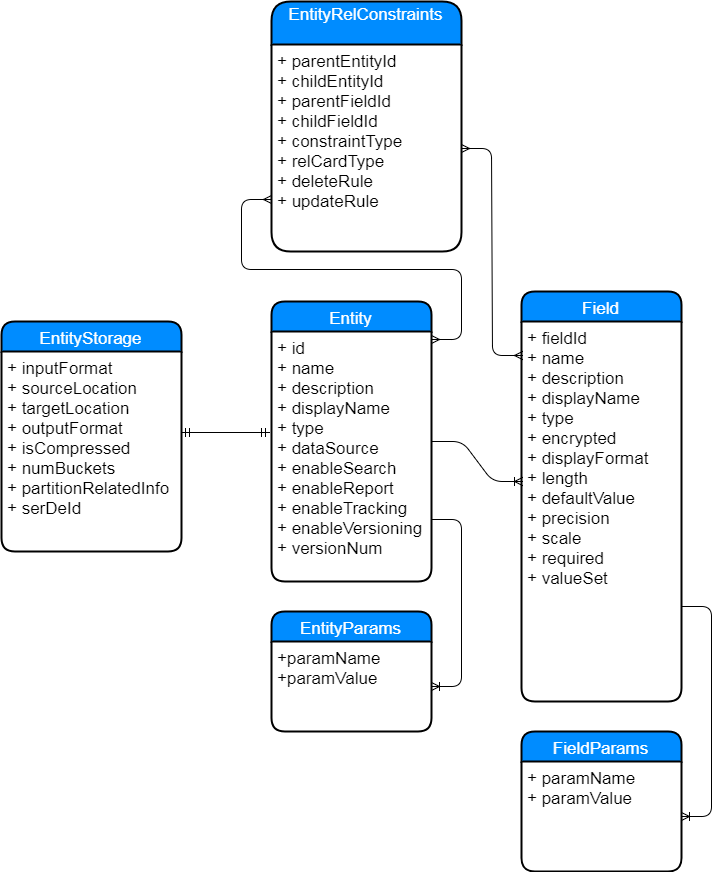
This is entity.png from sandhyaagarwal/diagrams, a draw.io export, as it was before one commit. Source tidied: cells renumbered, new cells last; positions are measured from the earlier drawing's top-left corner, leaving out a move shared by most shapes.
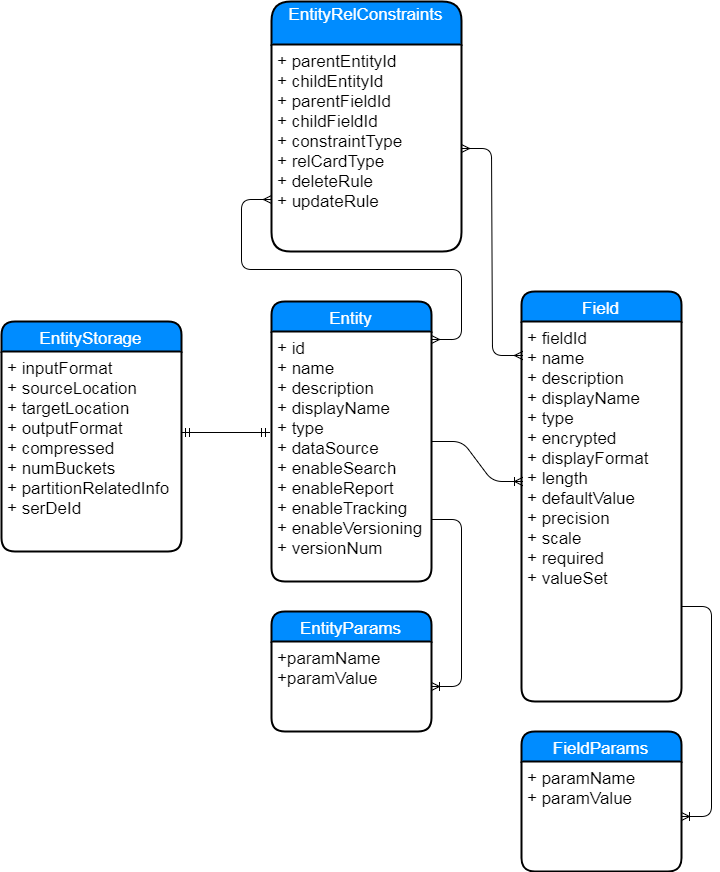
The same file after the commit.

Diff of the diagram source:
```diff
@@ -43,7 +43,7 @@
     <mxCell id="14" value="EntityStorage" style="swimlane;horizontal=1;startSize=30;fillColor=#008cff;fontColor=#FFFFFF;rounded=1;fontSize=17;fontStyle=0;strokeWidth=2;shadow=0;dashed=0;align=center;" parent="1" vertex="1">
       <mxGeometry y="320" width="180" height="230" as="geometry" />
     </mxCell>
-    <mxCell id="15" value="+ inputFormat&#10;+ sourceLocation&#10;+ targetLocation&#10;+ outputFormat&#10;+ isCompressed&#10;+ numBuckets&#10;+ partitionRelatedInfo&#10;+ serDeId" style="align=left;strokeColor=none;fillColor=none;spacingLeft=4;fontSize=17;verticalAlign=top;" parent="14" vertex="1">
+    <mxCell id="15" value="+ inputFormat&#10;+ sourceLocation&#10;+ targetLocation&#10;+ outputFormat&#10;+ compressed&#10;+ numBuckets&#10;+ partitionRelatedInfo&#10;+ serDeId" style="align=left;strokeColor=none;fillColor=none;spacingLeft=4;fontSize=17;verticalAlign=top;" parent="14" vertex="1">
       <mxGeometry y="30" width="180" height="200" as="geometry" />
     </mxCell>
     <mxCell id="16" value="EntityRelConstraints&#10;" style="swimlane;horizontal=1;startSize=43;fillColor=#008cff;fontColor=#FFFFFF;rounded=1;fontSize=17;fontStyle=0;strokeWidth=2;shadow=0;dashed=0;align=center;" parent="1" vertex="1">
```
